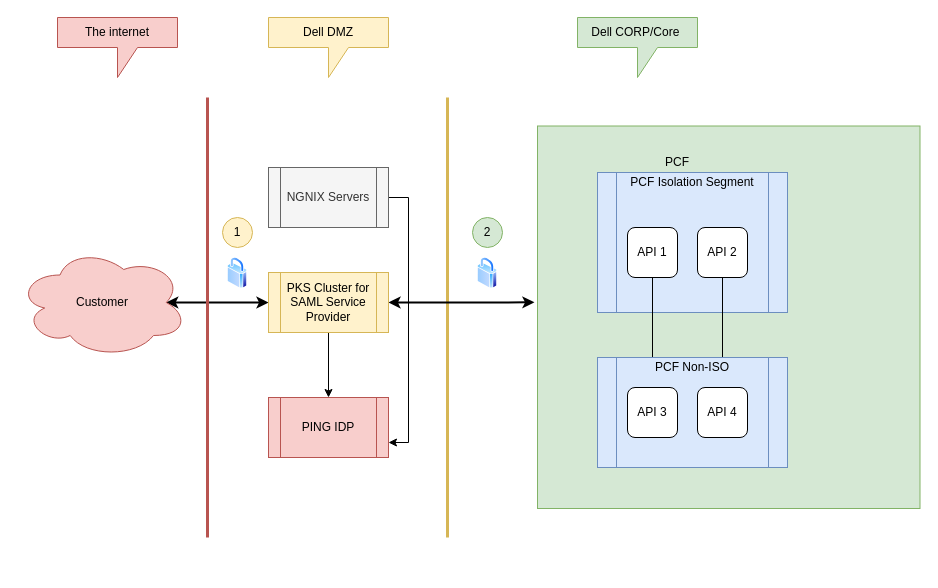
This is PKS-PCF.drawio from rama78/app-config, a draw.io file, before an edit. Source tidied: cells renumbered, new cells numbered last; positions are measured from the earlier drawing's top-left corner, leaving out a move shared by most shapes. Both pictures are drawn from the tidied source at 100%, with x=0, y=0 at pixel (17, 17).
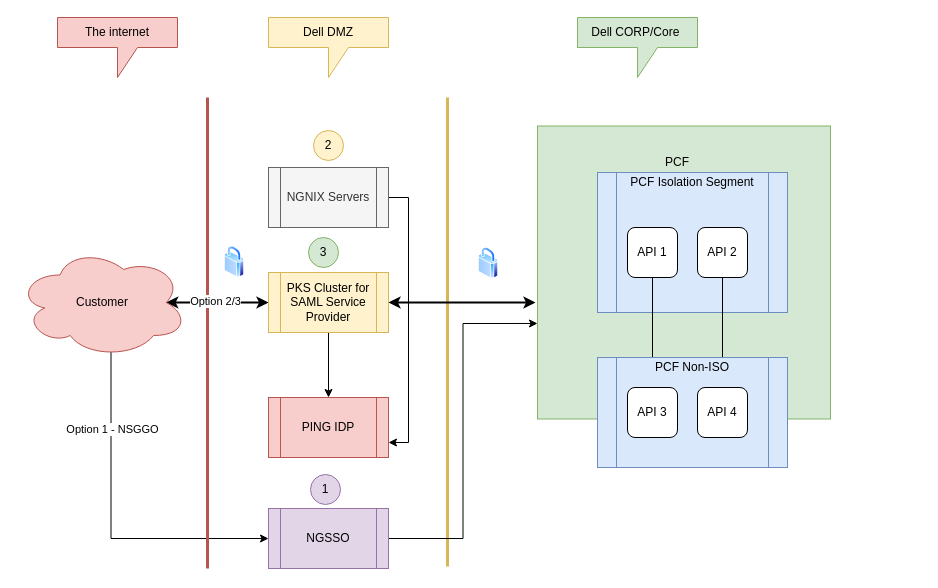
After the change.

Unchanged cells that the change refers to:
```xml
<mxCell id="4" value="Customer" style="ellipse;shape=cloud;whiteSpace=wrap;html=1;fillColor=#f8cecc;strokeColor=#b85450;" parent="1" vertex="1">
  <mxGeometry y="230" width="170" height="110" as="geometry" />
</mxCell>
<mxCell id="9" value="PKS Cluster for SAML Service Provider" style="shape=process;whiteSpace=wrap;html=1;backgroundOutline=1;fillColor=#fff2cc;strokeColor=#d6b656;" parent="1" vertex="1">
  <mxGeometry x="251" y="255" width="120" height="60" as="geometry" />
</mxCell>
```

Diff of the diagram source:
```diff
@@
     <mxCell id="2" style="whiteSpace=wrap;html=1;fillColor=#d5e8d4;strokeColor=#82b366;" parent="1" vertex="1">
-      <mxGeometry x="520" y="108.5" width="382.5" height="382.5" as="geometry" />
+      <mxGeometry x="520" y="108.5" width="293" height="293" as="geometry" />
     </mxCell>
@@
+    <mxCell id="31" style="edgeStyle=orthogonalEdgeStyle;rounded=0;jettySize=auto;html=1;exitX=0.55;exitY=0.95;exitDx=0;exitDy=0;exitPerimeter=0;entryX=0;entryY=0.5;entryDx=0;entryDy=0;" parent="1" edge="1" source="4" target="35">
+      <mxGeometry relative="1" as="geometry">
+        <Array as="points">
+          <mxPoint x="94" y="521" />
+        </Array>
+      </mxGeometry>
+    </mxCell>
+    <mxCell id="32" value="Option 1 - NSGGO" style="edgeLabel;html=1;align=center;verticalAlign=middle;" parent="31" vertex="1">
+      <mxGeometry x="-0.55" y="1" relative="1" as="geometry" />
+    </mxCell>
@@
     <mxCell id="5" style="endArrow=none;html=1;strokeWidth=3;fillColor=#f8cecc;strokeColor=#b85450;" parent="1" edge="1">
       <mxGeometry relative="1" as="geometry">
-        <mxPoint x="190" y="520" as="sourcePoint" />
+        <mxPoint x="190" y="551" as="sourcePoint" />
         <mxPoint x="190" y="80" as="targetPoint" />
       </mxGeometry>
     </mxCell>
+    <mxCell id="33" value="Option 2/3" style="edgeLabel;html=1;align=center;verticalAlign=middle;" parent="5" vertex="1">
+      <mxGeometry x="0.14" y="-7" relative="1" as="geometry" />
+    </mxCell>
     <mxCell id="6" style="endArrow=none;html=1;strokeWidth=3;fillColor=#fff2cc;strokeColor=#d6b656;" parent="1" edge="1">
       <mxGeometry relative="1" as="geometry">
-        <mxPoint x="430" y="520" as="sourcePoint" />
+        <mxPoint x="430" y="549" as="sourcePoint" />
         <mxPoint x="430" y="80" as="targetPoint" />
       </mxGeometry>
     </mxCell>
-    <mxCell id="7" style="edgeStyle=orthogonalEdgeStyle;rounded=0;jettySize=auto;html=1;entryX=-0.008;entryY=0.461;entryDx=0;entryDy=0;strokeWidth=2;startArrow=classic;startFill=1;entryPerimeter=0;" parent="1" edge="1" source="9" target="2">
-      <mxGeometry relative="1" as="geometry" />
+    <mxCell id="7" style="edgeStyle=orthogonalEdgeStyle;rounded=0;jettySize=auto;html=1;strokeWidth=2;startArrow=classic;startFill=1;" parent="1" edge="1" source="9">
+      <mxGeometry relative="1" as="geometry">
+        <mxPoint x="518" y="285" as="targetPoint" />
+      </mxGeometry>
     </mxCell>
@@
     <mxCell id="16" style="perimeter=ellipsePerimeter;html=1;align=center;shadow=0;dashed=0;spacingTop=3;image;image=img/lib/active_directory/secure.svg;" parent="1" vertex="1">
-      <mxGeometry x="210" y="240" width="20" height="31.2" as="geometry" />
+      <mxGeometry x="207" y="228.8" width="20" height="31.2" as="geometry" />
     </mxCell>
     <mxCell id="17" style="perimeter=ellipsePerimeter;html=1;align=center;shadow=0;dashed=0;spacingTop=3;image;image=img/lib/active_directory/secure.svg;" parent="1" vertex="1">
-      <mxGeometry x="460" y="240" width="20" height="31.2" as="geometry" />
+      <mxGeometry x="461" y="230" width="20" height="31.2" as="geometry" />
     </mxCell>
@@
-    <mxCell id="21" value="2" style="ellipse;whiteSpace=wrap;html=1;fillColor=#d5e8d4;strokeColor=#82b366;" parent="1" vertex="1">
-      <mxGeometry x="455" y="200" width="30" height="30" as="geometry" />
+    <mxCell id="21" value="3" style="ellipse;whiteSpace=wrap;html=1;fillColor=#d5e8d4;strokeColor=#82b366;" parent="1" vertex="1">
+      <mxGeometry x="291" y="220" width="30" height="30" as="geometry" />
     </mxCell>
-    <mxCell id="22" value="1" style="ellipse;whiteSpace=wrap;html=1;fillColor=#fff2cc;strokeColor=#d6b656;" parent="1" vertex="1">
-      <mxGeometry x="205" y="200" width="30" height="30" as="geometry" />
+    <mxCell id="22" value="2" style="ellipse;whiteSpace=wrap;html=1;fillColor=#fff2cc;strokeColor=#d6b656;" parent="1" vertex="1">
+      <mxGeometry x="296" y="113" width="30" height="30" as="geometry" />
     </mxCell>
@@
+    <mxCell id="34" style="edgeStyle=orthogonalEdgeStyle;rounded=0;jettySize=auto;html=1;entryX=0;entryY=0.674;entryDx=0;entryDy=0;entryPerimeter=0;" parent="1" edge="1" source="35" target="2">
+      <mxGeometry relative="1" as="geometry" />
+    </mxCell>
+    <mxCell id="35" value="NGSSO" style="shape=process;whiteSpace=wrap;html=1;backgroundOutline=1;fillColor=#e1d5e7;strokeColor=#9673a6;" parent="1" vertex="1">
+      <mxGeometry x="251" y="491" width="120" height="60" as="geometry" />
+    </mxCell>
+    <mxCell id="36" value="1" style="ellipse;whiteSpace=wrap;html=1;fillColor=#e1d5e7;strokeColor=#9673a6;" parent="1" vertex="1">
+      <mxGeometry x="293" y="457" width="30" height="30" as="geometry" />
+    </mxCell>
```
